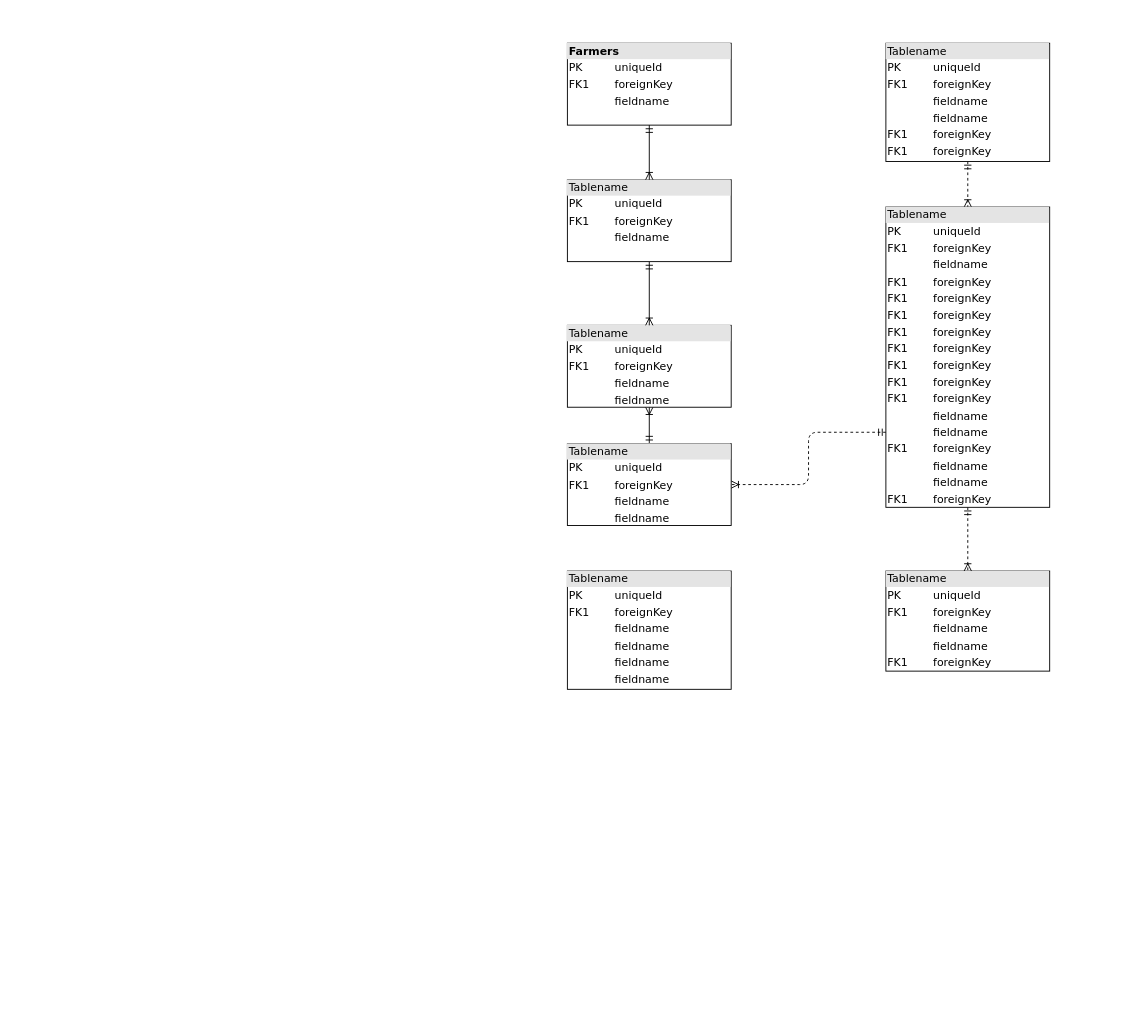
Galaxical/projecPractice keeps this draw.io diagram as Untitled Diagram.drawio. Above is the earlier version. Source tidied: cells renumbered, new cells numbered last; positions are measured from the earlier drawing's top-left corner, leaving out a move shared by most shapes. Both pictures are drawn from the tidied source at 91%, with x=0, y=0 at pixel (567, 43).
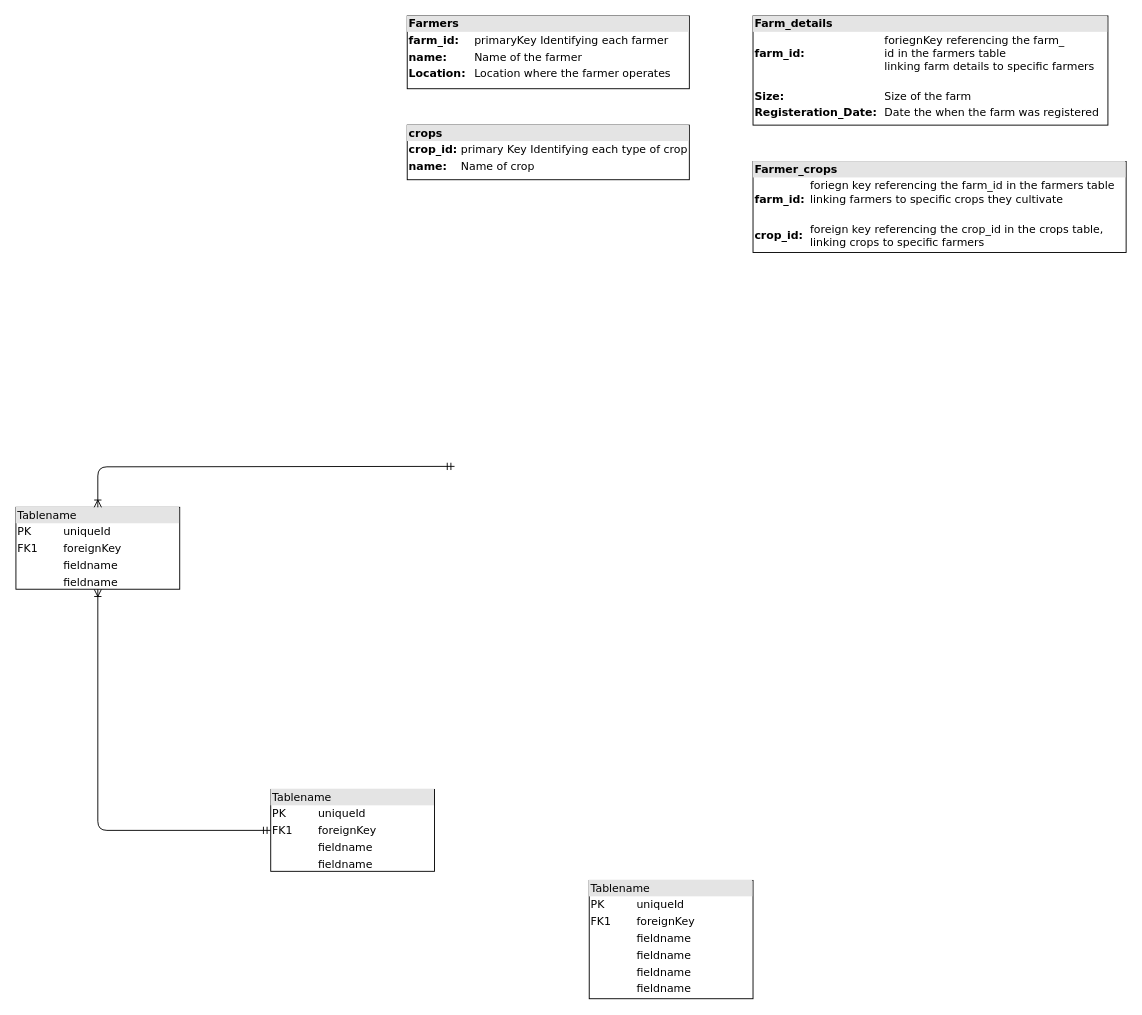
The same diagram, later.

Commit message:
farmers_farm_crops_crop_id

The edit, as a diff of the source:
```diff
@@
 <mxGraphModel>
   <root>
     <mxCell id="0" />
     <mxCell id="1" parent="0" />
-    <mxCell id="2" value="&lt;div style=&quot;text-align: justify; box-sizing: border-box; width: 100%; background: rgb(228, 228, 228); padding: 2px;&quot;&gt;&lt;b&gt;Farmers&lt;/b&gt;&lt;/div&gt;&lt;table style=&quot;width:100%;font-size:1em;&quot; cellpadding=&quot;2&quot; cellspacing=&quot;0&quot;&gt;&lt;tbody&gt;&lt;tr&gt;&lt;td&gt;PK&lt;/td&gt;&lt;td&gt;uniqueId&lt;/td&gt;&lt;/tr&gt;&lt;tr&gt;&lt;td&gt;FK1&lt;/td&gt;&lt;td&gt;foreignKey&lt;/td&gt;&lt;/tr&gt;&lt;tr&gt;&lt;td&gt;&lt;/td&gt;&lt;td&gt;fieldname&lt;/td&gt;&lt;/tr&gt;&lt;/tbody&gt;&lt;/table&gt;" style="verticalAlign=top;align=left;overflow=fill;html=1;rounded=0;shadow=0;comic=0;labelBackgroundColor=none;strokeWidth=1;fontFamily=Verdana;fontSize=12;" parent="1" vertex="1">
-      <mxGeometry width="180" height="90" as="geometry" />
+    <mxCell id="2" value="&lt;div style=&quot;text-align: justify; box-sizing: border-box; width: 100%; background: rgb(228, 228, 228); padding: 2px;&quot;&gt;&lt;b&gt;Farmers&lt;/b&gt;&lt;/div&gt;&lt;table style=&quot;width:100%;font-size:1em;&quot; cellpadding=&quot;2&quot; cellspacing=&quot;0&quot;&gt;&lt;tbody&gt;&lt;tr&gt;&lt;td&gt;&lt;b&gt;farm_id:&lt;/b&gt;&lt;/td&gt;&lt;td&gt;primaryKey Identifying each farmer&lt;/td&gt;&lt;/tr&gt;&lt;tr&gt;&lt;td&gt;&lt;b&gt;name:&lt;/b&gt;&lt;/td&gt;&lt;td&gt;Name of the farmer&lt;/td&gt;&lt;/tr&gt;&lt;tr&gt;&lt;td&gt;&lt;b&gt;Location:&lt;/b&gt;&lt;/td&gt;&lt;td&gt;Location where the farmer operates&lt;/td&gt;&lt;/tr&gt;&lt;/tbody&gt;&lt;/table&gt;" style="verticalAlign=top;align=left;overflow=fill;html=1;rounded=0;shadow=0;comic=0;labelBackgroundColor=none;strokeWidth=1;fontFamily=Verdana;fontSize=12;" parent="1" vertex="1">
+      <mxGeometry x="-176" y="-30" width="310" height="80" as="geometry" />
     </mxCell>
-    <mxCell id="3" style="edgeStyle=orthogonalEdgeStyle;html=1;entryX=0.5;entryY=0;dashed=1;labelBackgroundColor=none;startArrow=ERmandOne;endArrow=ERoneToMany;fontFamily=Verdana;fontSize=12;align=left;" parent="1" edge="1" source="4" target="13">
-      <mxGeometry relative="1" as="geometry" />
+    <mxCell id="3" style="edgeStyle=orthogonalEdgeStyle;html=1;entryX=0.5;entryY=0;dashed=1;labelBackgroundColor=none;startArrow=ERmandOne;endArrow=ERoneToMany;fontFamily=Verdana;fontSize=12;align=left;" parent="1" edge="1">
+      <mxGeometry relative="1" as="geometry">
+        <mxPoint x="440" y="130" as="sourcePoint" />
+      </mxGeometry>
     </mxCell>
-    <mxCell id="4" value="&lt;div style=&quot;box-sizing: border-box ; width: 100% ; background: #e4e4e4 ; padding: 2px&quot;&gt;Tablename&lt;/div&gt;&lt;table style=&quot;width: 100% ; font-size: 1em&quot; cellpadding=&quot;2&quot; cellspacing=&quot;0&quot;&gt;&lt;tbody&gt;&lt;tr&gt;&lt;td&gt;PK&lt;/td&gt;&lt;td&gt;uniqueId&lt;/td&gt;&lt;/tr&gt;&lt;tr&gt;&lt;td&gt;FK1&lt;/td&gt;&lt;td&gt;foreignKey&lt;/td&gt;&lt;/tr&gt;&lt;tr&gt;&lt;td&gt;&lt;/td&gt;&lt;td&gt;fieldname&lt;/td&gt;&lt;/tr&gt;&lt;tr&gt;&lt;td&gt;&lt;br&gt;&lt;/td&gt;&lt;td&gt;fieldname&lt;br&gt;&lt;/td&gt;&lt;/tr&gt;&lt;tr&gt;&lt;td&gt;FK1&lt;br&gt;&lt;/td&gt;&lt;td&gt;foreignKey&lt;br&gt;&lt;/td&gt;&lt;/tr&gt;&lt;tr&gt;&lt;td&gt;FK1&lt;br&gt;&lt;/td&gt;&lt;td&gt;foreignKey&lt;br&gt;&lt;/td&gt;&lt;/tr&gt;&lt;/tbody&gt;&lt;/table&gt;" style="verticalAlign=top;align=left;overflow=fill;html=1;rounded=0;shadow=0;comic=0;labelBackgroundColor=none;strokeWidth=1;fontFamily=Verdana;fontSize=12;" parent="1" vertex="1">
-      <mxGeometry x="350" width="180" height="130" as="geometry" />
-    </mxCell>
     <mxCell id="5" style="edgeStyle=orthogonalEdgeStyle;html=1;labelBackgroundColor=none;startArrow=ERmandOne;endArrow=ERoneToMany;fontFamily=Verdana;fontSize=12;align=left;" parent="1" edge="1" source="7" target="8">
       <mxGeometry relative="1" as="geometry" />
     </mxCell>
-    <mxCell id="6" style="edgeStyle=orthogonalEdgeStyle;html=1;exitX=0;exitY=0.75;entryX=1;entryY=0.5;dashed=1;labelBackgroundColor=none;startArrow=ERmandOne;endArrow=ERoneToMany;fontFamily=Verdana;fontSize=12;align=left;" parent="1" edge="1" source="13" target="7">
-      <mxGeometry relative="1" as="geometry" />
-    </mxCell>
     <mxCell id="7" value="&lt;div style=&quot;box-sizing: border-box ; width: 100% ; background: #e4e4e4 ; padding: 2px&quot;&gt;Tablename&lt;/div&gt;&lt;table style=&quot;width: 100% ; font-size: 1em&quot; cellpadding=&quot;2&quot; cellspacing=&quot;0&quot;&gt;&lt;tbody&gt;&lt;tr&gt;&lt;td&gt;PK&lt;/td&gt;&lt;td&gt;uniqueId&lt;/td&gt;&lt;/tr&gt;&lt;tr&gt;&lt;td&gt;FK1&lt;/td&gt;&lt;td&gt;foreignKey&lt;/td&gt;&lt;/tr&gt;&lt;tr&gt;&lt;td&gt;&lt;/td&gt;&lt;td&gt;fieldname&lt;/td&gt;&lt;/tr&gt;&lt;tr&gt;&lt;td&gt;&lt;br&gt;&lt;/td&gt;&lt;td&gt;fieldname&lt;br&gt;&lt;/td&gt;&lt;/tr&gt;&lt;/tbody&gt;&lt;/table&gt;" style="verticalAlign=top;align=left;overflow=fill;html=1;rounded=0;shadow=0;comic=0;labelBackgroundColor=none;strokeWidth=1;fontFamily=Verdana;fontSize=12;" parent="1" vertex="1">
-      <mxGeometry y="440" width="180" height="90" as="geometry" />
+      <mxGeometry x="-326" y="820" width="180" height="90" as="geometry" />
     </mxCell>
     <mxCell id="8" value="&lt;div style=&quot;box-sizing: border-box ; width: 100% ; background: #e4e4e4 ; padding: 2px&quot;&gt;Tablename&lt;/div&gt;&lt;table style=&quot;width: 100% ; font-size: 1em&quot; cellpadding=&quot;2&quot; cellspacing=&quot;0&quot;&gt;&lt;tbody&gt;&lt;tr&gt;&lt;td&gt;PK&lt;/td&gt;&lt;td&gt;uniqueId&lt;/td&gt;&lt;/tr&gt;&lt;tr&gt;&lt;td&gt;FK1&lt;/td&gt;&lt;td&gt;foreignKey&lt;/td&gt;&lt;/tr&gt;&lt;tr&gt;&lt;td&gt;&lt;/td&gt;&lt;td&gt;fieldname&lt;/td&gt;&lt;/tr&gt;&lt;tr&gt;&lt;td&gt;&lt;br&gt;&lt;/td&gt;&lt;td&gt;fieldname&lt;br&gt;&lt;/td&gt;&lt;/tr&gt;&lt;/tbody&gt;&lt;/table&gt;" style="verticalAlign=top;align=left;overflow=fill;html=1;rounded=0;shadow=0;comic=0;labelBackgroundColor=none;strokeWidth=1;fontFamily=Verdana;fontSize=12;" parent="1" vertex="1">
-      <mxGeometry y="310" width="180" height="90" as="geometry" />
+      <mxGeometry x="-606" y="510" width="180" height="90" as="geometry" />
     </mxCell>
-    <mxCell id="9" style="edgeStyle=orthogonalEdgeStyle;html=1;entryX=0.5;entryY=0;labelBackgroundColor=none;startArrow=ERmandOne;endArrow=ERoneToMany;fontFamily=Verdana;fontSize=12;align=left;" parent="1" edge="1" source="10" target="8">
-      <mxGeometry relative="1" as="geometry" />
+    <mxCell id="9" style="edgeStyle=orthogonalEdgeStyle;html=1;entryX=0.5;entryY=0;labelBackgroundColor=none;startArrow=ERmandOne;endArrow=ERoneToMany;fontFamily=Verdana;fontSize=12;align=left;" parent="1" edge="1" target="8">
+      <mxGeometry relative="1" as="geometry">
+        <mxPoint x="-124" y="465" as="sourcePoint" />
+      </mxGeometry>
     </mxCell>
-    <mxCell id="10" value="&lt;div style=&quot;box-sizing:border-box;width:100%;background:#e4e4e4;padding:2px;&quot;&gt;Tablename&lt;/div&gt;&lt;table style=&quot;width:100%;font-size:1em;&quot; cellpadding=&quot;2&quot; cellspacing=&quot;0&quot;&gt;&lt;tr&gt;&lt;td&gt;PK&lt;/td&gt;&lt;td&gt;uniqueId&lt;/td&gt;&lt;/tr&gt;&lt;tr&gt;&lt;td&gt;FK1&lt;/td&gt;&lt;td&gt;foreignKey&lt;/td&gt;&lt;/tr&gt;&lt;tr&gt;&lt;td&gt;&lt;/td&gt;&lt;td&gt;fieldname&lt;/td&gt;&lt;/tr&gt;&lt;/table&gt;" style="verticalAlign=top;align=left;overflow=fill;html=1;rounded=0;shadow=0;comic=0;labelBackgroundColor=none;strokeWidth=1;fontFamily=Verdana;fontSize=12;" parent="1" vertex="1">
-      <mxGeometry y="150" width="180" height="90" as="geometry" />
-    </mxCell>
-    <mxCell id="11" value="&lt;div style=&quot;box-sizing: border-box ; width: 100% ; background: #e4e4e4 ; padding: 2px&quot;&gt;Tablename&lt;/div&gt;&lt;table style=&quot;width: 100% ; font-size: 1em&quot; cellpadding=&quot;2&quot; cellspacing=&quot;0&quot;&gt;&lt;tbody&gt;&lt;tr&gt;&lt;td&gt;PK&lt;/td&gt;&lt;td&gt;uniqueId&lt;/td&gt;&lt;/tr&gt;&lt;tr&gt;&lt;td&gt;FK1&lt;/td&gt;&lt;td&gt;foreignKey&lt;/td&gt;&lt;/tr&gt;&lt;tr&gt;&lt;td&gt;&lt;/td&gt;&lt;td&gt;fieldname&lt;/td&gt;&lt;/tr&gt;&lt;tr&gt;&lt;td&gt;&lt;br&gt;&lt;/td&gt;&lt;td&gt;fieldname&lt;br&gt;&lt;/td&gt;&lt;/tr&gt;&lt;tr&gt;&lt;td&gt;FK1&lt;br&gt;&lt;/td&gt;&lt;td&gt;foreignKey&lt;br&gt;&lt;/td&gt;&lt;/tr&gt;&lt;/tbody&gt;&lt;/table&gt;" style="verticalAlign=top;align=left;overflow=fill;html=1;rounded=0;shadow=0;comic=0;labelBackgroundColor=none;strokeWidth=1;fontFamily=Verdana;fontSize=12;" parent="1" vertex="1">
-      <mxGeometry x="350" y="580" width="180" height="110" as="geometry" />
-    </mxCell>
-    <mxCell id="12" style="edgeStyle=orthogonalEdgeStyle;html=1;entryX=0.5;entryY=0;labelBackgroundColor=none;startArrow=ERmandOne;endArrow=ERoneToMany;fontFamily=Verdana;fontSize=12;align=left;dashed=1;" parent="1" edge="1" source="13" target="11">
-      <mxGeometry relative="1" as="geometry" />
+    <mxCell id="12" style="edgeStyle=orthogonalEdgeStyle;html=1;entryX=0.5;entryY=0;labelBackgroundColor=none;startArrow=ERmandOne;endArrow=ERoneToMany;fontFamily=Verdana;fontSize=12;align=left;dashed=1;" parent="1" edge="1">
+      <mxGeometry relative="1" as="geometry">
+        <mxPoint x="440" y="510" as="sourcePoint" />
+      </mxGeometry>
     </mxCell>
-    <mxCell id="13" value="&lt;div style=&quot;box-sizing: border-box ; width: 100% ; background: #e4e4e4 ; padding: 2px&quot;&gt;Tablename&lt;/div&gt;&lt;table style=&quot;width: 100% ; font-size: 1em&quot; cellpadding=&quot;2&quot; cellspacing=&quot;0&quot;&gt;&lt;tbody&gt;&lt;tr&gt;&lt;td&gt;PK&lt;/td&gt;&lt;td&gt;uniqueId&lt;/td&gt;&lt;/tr&gt;&lt;tr&gt;&lt;td&gt;FK1&lt;/td&gt;&lt;td&gt;foreignKey&lt;/td&gt;&lt;/tr&gt;&lt;tr&gt;&lt;td&gt;&lt;/td&gt;&lt;td&gt;fieldname&lt;/td&gt;&lt;/tr&gt;&lt;tr&gt;&lt;td&gt;FK1&lt;br&gt;&lt;/td&gt;&lt;td&gt;foreignKey&lt;br&gt;&lt;/td&gt;&lt;/tr&gt;&lt;tr&gt;&lt;td&gt;FK1&lt;br&gt;&lt;/td&gt;&lt;td&gt;foreignKey&lt;br&gt;&lt;/td&gt;&lt;/tr&gt;&lt;tr&gt;&lt;td&gt;FK1&lt;br&gt;&lt;/td&gt;&lt;td&gt;foreignKey&lt;br&gt;&lt;/td&gt;&lt;/tr&gt;&lt;tr&gt;&lt;td&gt;FK1&lt;br&gt;&lt;/td&gt;&lt;td&gt;foreignKey&lt;br&gt;&lt;/td&gt;&lt;/tr&gt;&lt;tr&gt;&lt;td&gt;FK1&lt;br&gt;&lt;/td&gt;&lt;td&gt;foreignKey&lt;br&gt;&lt;/td&gt;&lt;/tr&gt;&lt;tr&gt;&lt;td&gt;FK1&lt;br&gt;&lt;/td&gt;&lt;td&gt;foreignKey&lt;br&gt;&lt;/td&gt;&lt;/tr&gt;&lt;tr&gt;&lt;td&gt;FK1&lt;br&gt;&lt;/td&gt;&lt;td&gt;foreignKey&lt;br&gt;&lt;/td&gt;&lt;/tr&gt;&lt;tr&gt;&lt;td&gt;FK1&lt;br&gt;&lt;/td&gt;&lt;td&gt;foreignKey&lt;br&gt;&lt;/td&gt;&lt;/tr&gt;&lt;tr&gt;&lt;td&gt;&lt;br&gt;&lt;/td&gt;&lt;td&gt;fieldname&lt;br&gt;&lt;/td&gt;&lt;/tr&gt;&lt;tr&gt;&lt;td&gt;&lt;br&gt;&lt;/td&gt;&lt;td&gt;fieldname&lt;br&gt;&lt;/td&gt;&lt;/tr&gt;&lt;tr&gt;&lt;td&gt;FK1&lt;br&gt;&lt;/td&gt;&lt;td&gt;foreignKey&lt;br&gt;&lt;/td&gt;&lt;/tr&gt;&lt;tr&gt;&lt;td&gt;&lt;br&gt;&lt;/td&gt;&lt;td&gt;fieldname&lt;br&gt;&lt;/td&gt;&lt;/tr&gt;&lt;tr&gt;&lt;td&gt;&lt;br&gt;&lt;/td&gt;&lt;td&gt;fieldname&lt;br&gt;&lt;/td&gt;&lt;/tr&gt;&lt;tr&gt;&lt;td&gt;FK1&lt;br&gt;&lt;/td&gt;&lt;td&gt;foreignKey&lt;br&gt;&lt;/td&gt;&lt;/tr&gt;&lt;/tbody&gt;&lt;/table&gt;" style="verticalAlign=top;align=left;overflow=fill;html=1;rounded=0;shadow=0;comic=0;labelBackgroundColor=none;strokeWidth=1;fontFamily=Verdana;fontSize=12;" parent="1" vertex="1">
-      <mxGeometry x="350" y="180" width="180" height="330" as="geometry" />
-    </mxCell>
     <mxCell id="14" style="edgeStyle=orthogonalEdgeStyle;html=1;entryX=0.5;entryY=0;dashed=1;labelBackgroundColor=none;startArrow=ERmandOne;endArrow=ERoneToMany;fontFamily=Verdana;fontSize=12;align=left;" parent="1" edge="1">
       <mxGeometry relative="1" as="geometry">
         <mxPoint x="674" y="350" as="sourcePoint" />
       </mxGeometry>
     </mxCell>
     <mxCell id="15" value="&lt;div style=&quot;box-sizing: border-box ; width: 100% ; background: #e4e4e4 ; padding: 2px&quot;&gt;Tablename&lt;/div&gt;&lt;table style=&quot;width: 100% ; font-size: 1em&quot; cellpadding=&quot;2&quot; cellspacing=&quot;0&quot;&gt;&lt;tbody&gt;&lt;tr&gt;&lt;td&gt;PK&lt;/td&gt;&lt;td&gt;uniqueId&lt;/td&gt;&lt;/tr&gt;&lt;tr&gt;&lt;td&gt;FK1&lt;/td&gt;&lt;td&gt;foreignKey&lt;/td&gt;&lt;/tr&gt;&lt;tr&gt;&lt;td&gt;&lt;/td&gt;&lt;td&gt;fieldname&lt;/td&gt;&lt;/tr&gt;&lt;tr&gt;&lt;td&gt;&lt;br&gt;&lt;/td&gt;&lt;td&gt;fieldname&lt;br&gt;&lt;/td&gt;&lt;/tr&gt;&lt;tr&gt;&lt;td&gt;&lt;br&gt;&lt;/td&gt;&lt;td&gt;fieldname&lt;br&gt;&lt;/td&gt;&lt;/tr&gt;&lt;tr&gt;&lt;td&gt;&lt;br&gt;&lt;/td&gt;&lt;td&gt;fieldname&lt;br&gt;&lt;/td&gt;&lt;/tr&gt;&lt;/tbody&gt;&lt;/table&gt;" style="verticalAlign=top;align=left;overflow=fill;html=1;rounded=0;shadow=0;comic=0;labelBackgroundColor=none;strokeWidth=1;fontFamily=Verdana;fontSize=12;" parent="1" vertex="1">
-      <mxGeometry y="580" width="180" height="130" as="geometry" />
+      <mxGeometry x="24" y="920" width="180" height="130" as="geometry" />
     </mxCell>
-    <mxCell id="16" style="edgeStyle=orthogonalEdgeStyle;html=1;endArrow=ERoneToMany;startArrow=ERmandOne;labelBackgroundColor=none;fontFamily=Verdana;fontSize=12;align=left;exitX=0.5;exitY=1;entryX=0.5;entryY=0;" parent="1" edge="1" source="2" target="10">
-      <mxGeometry relative="1" as="geometry" />
-    </mxCell>
+    <mxCell id="17" value="&lt;div style=&quot;text-align: justify; box-sizing: border-box; width: 100%; background: rgb(228, 228, 228); padding: 2px;&quot;&gt;&lt;b&gt;Farm_details&lt;/b&gt;&lt;/div&gt;&lt;table style=&quot;text-align: justify; width: 100%; font-size: 1em;&quot; cellpadding=&quot;2&quot; cellspacing=&quot;0&quot;&gt;&lt;tbody&gt;&lt;tr&gt;&lt;td&gt;&lt;b&gt;farm_id:&lt;/b&gt;&lt;/td&gt;&lt;td&gt;foriegnKey referencing the farm_&lt;br&gt;id in the farmers table&lt;br&gt;linking farm details to specific farmers&lt;/td&gt;&lt;/tr&gt;&lt;tr&gt;&lt;td&gt;&lt;b&gt;&lt;br&gt;Size:&lt;/b&gt;&lt;/td&gt;&lt;td&gt;&lt;br&gt;Size of the farm&lt;/td&gt;&lt;/tr&gt;&lt;tr&gt;&lt;td&gt;&lt;b&gt;Registeration_Date:&lt;/b&gt;&lt;/td&gt;&lt;td&gt;Date the when the farm was registered&lt;/td&gt;&lt;/tr&gt;&lt;/tbody&gt;&lt;/table&gt;" style="verticalAlign=top;align=left;overflow=fill;html=1;rounded=0;shadow=0;comic=0;labelBackgroundColor=none;strokeWidth=1;fontFamily=Verdana;fontSize=12;" parent="1" vertex="1">
+      <mxGeometry x="204" y="-30" width="390" height="120" as="geometry" />
+    </mxCell>
+    <mxCell id="18" value="&lt;div style=&quot;text-align: justify; box-sizing: border-box; width: 100%; background: rgb(228, 228, 228); padding: 2px;&quot;&gt;&lt;b&gt;crops&lt;/b&gt;&lt;/div&gt;&lt;table style=&quot;width:100%;font-size:1em;&quot; cellpadding=&quot;2&quot; cellspacing=&quot;0&quot;&gt;&lt;tbody&gt;&lt;tr&gt;&lt;td&gt;&lt;b&gt;crop_id:&lt;/b&gt;&lt;/td&gt;&lt;td&gt;primary Key Identifying each type of crop&lt;/td&gt;&lt;/tr&gt;&lt;tr&gt;&lt;td&gt;&lt;b&gt;name:&lt;/b&gt;&lt;/td&gt;&lt;td&gt;Name of crop&lt;/td&gt;&lt;/tr&gt;&lt;tr&gt;&lt;td&gt;&lt;br&gt;&lt;/td&gt;&lt;td&gt;&lt;br&gt;&lt;/td&gt;&lt;/tr&gt;&lt;/tbody&gt;&lt;/table&gt;" style="verticalAlign=top;align=left;overflow=fill;html=1;rounded=0;shadow=0;comic=0;labelBackgroundColor=none;strokeWidth=1;fontFamily=Verdana;fontSize=12;" parent="1" vertex="1">
+      <mxGeometry x="-176" y="90" width="310" height="60" as="geometry" />
+    </mxCell>
+    <mxCell id="19" value="&lt;div style=&quot;text-align: justify; box-sizing: border-box; width: 100%; background: rgb(228, 228, 228); padding: 2px;&quot;&gt;&lt;b&gt;Farmer_crops&lt;/b&gt;&lt;/div&gt;&lt;table style=&quot;text-align: justify; width: 100%; font-size: 1em;&quot; cellpadding=&quot;2&quot; cellspacing=&quot;0&quot;&gt;&lt;tbody&gt;&lt;tr&gt;&lt;td&gt;&lt;b&gt;farm_id:&lt;/b&gt;&lt;/td&gt;&lt;td&gt;foriegn key referencing the farm_id in the farmers table&lt;br&gt;linking farmers to specific crops they cultivate&lt;br&gt;&lt;br&gt;&lt;/td&gt;&lt;/tr&gt;&lt;tr&gt;&lt;td&gt;&lt;b&gt;crop_id:&lt;/b&gt;&lt;/td&gt;&lt;td&gt;foreign key referencing the crop_id in the crops table,&lt;br&gt;linking crops to specific farmers&lt;/td&gt;&lt;/tr&gt;&lt;/tbody&gt;&lt;/table&gt;" style="verticalAlign=top;align=left;overflow=fill;html=1;rounded=0;shadow=0;comic=0;labelBackgroundColor=none;strokeWidth=1;fontFamily=Verdana;fontSize=12;" parent="1" vertex="1">
+      <mxGeometry x="204" y="130" width="410" height="100" as="geometry" />
+    </mxCell>
   </root>
 </mxGraphModel>
```
